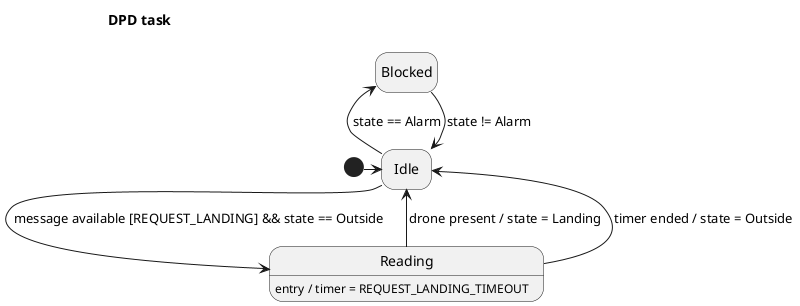
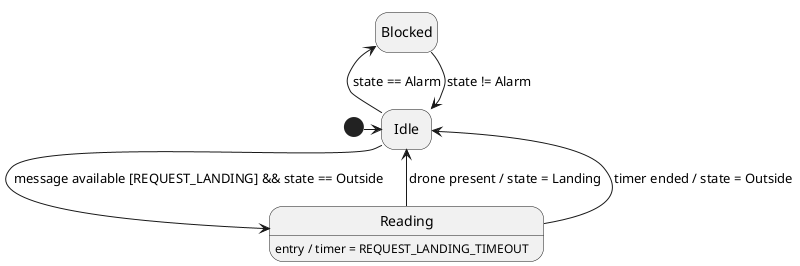
@startuml DPDTask
!pragma layout smetana
hide empty description
- 
- title "DPD task"

state start <<start>>

state "Idle" as idle

state "Blocked" as blocked

state "Reading" as reading
reading : entry / timer = REQUEST_LANDING_TIMEOUT

start -r-> idle

idle -u-> blocked : state == Alarm
blocked -d-> idle : state != Alarm

idle -d-> reading : message available [REQUEST_LANDING] && state == Outside

reading -u-> idle : drone present / state = Landing
reading -u-> idle : timer ended / state = Outside

@enduml
